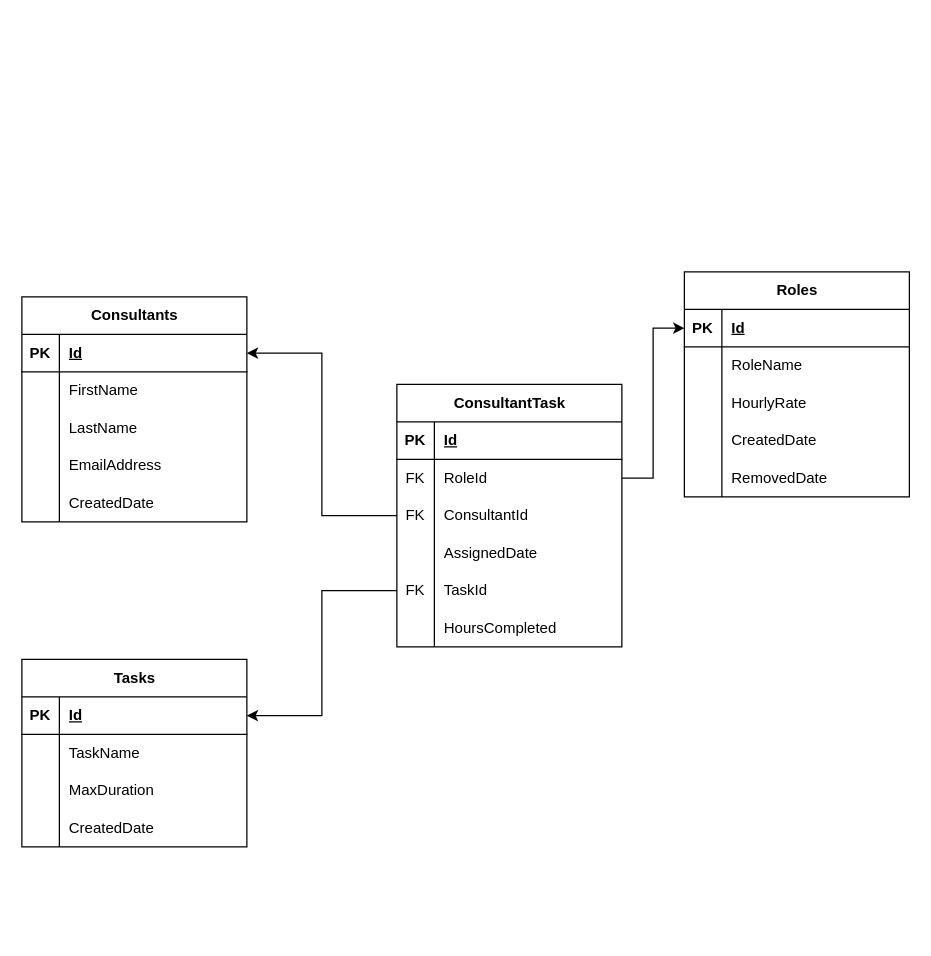
Above: src/employee-management/Documentation/Database Schema.drawio in ovayomatiwane/employee-management-system (draw.io), before the change. Source tidied: cells renumbered, new cells numbered last; positions are measured from the earlier drawing's top-left corner, leaving out a move shared by most shapes. Both pictures are drawn from the tidied source at 125%, with x=0, y=0 at pixel (21, 271).
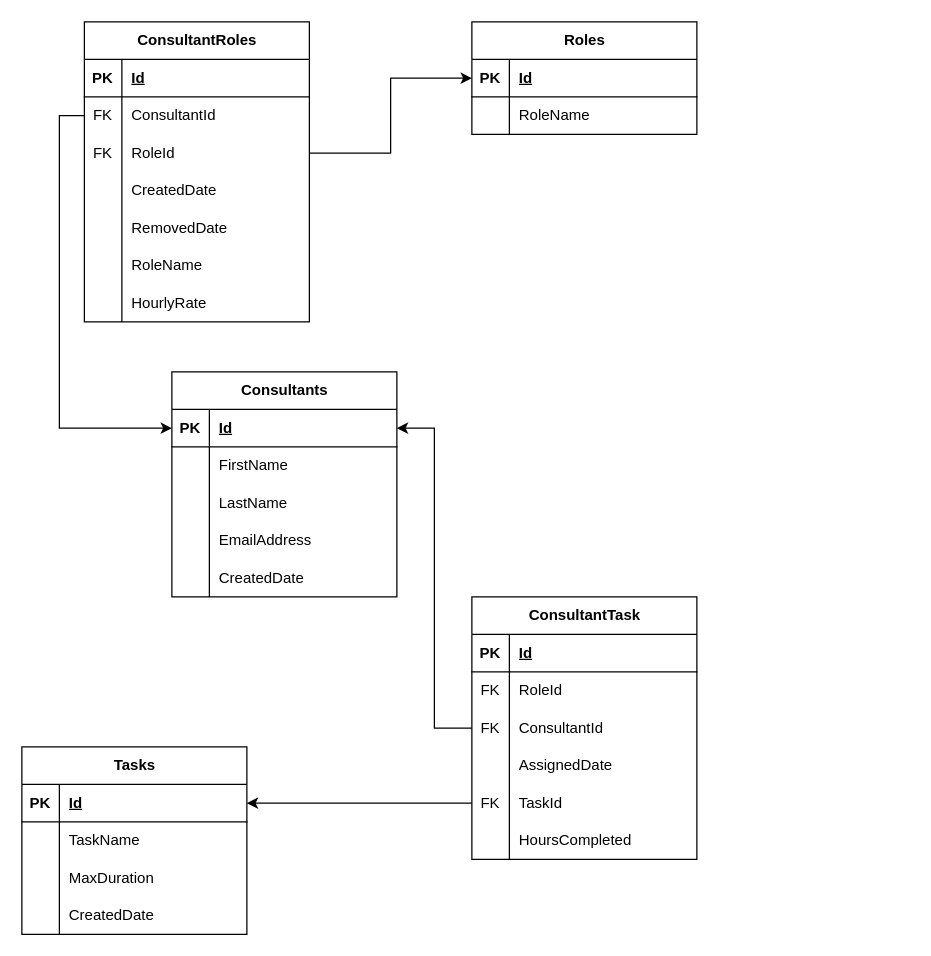
After the change.

Commit message (it also covers changes not shown here):
Update database to use dynamic rates

The change refers to these unchanged cells:
```xml
<mxCell id="3" style="shape=tableRow;horizontal=0;startSize=0;swimlaneHead=0;swimlaneBody=0;fillColor=none;points=[[0,0.5],[1,0.5]];portConstraint=eastwest;top=0;left=0;right=0;bottom=1;" parent="2" vertex="1">
  <mxGeometry y="30" width="180" height="30" as="geometry" />
</mxCell>
<mxCell id="19" style="shape=tableRow;horizontal=0;startSize=0;swimlaneHead=0;swimlaneBody=0;fillColor=none;points=[[0,0.5],[1,0.5]];portConstraint=eastwest;top=0;left=0;right=0;bottom=1;" parent="18" vertex="1">
  <mxGeometry y="30" width="180" height="30" as="geometry" />
</mxCell>
<mxCell id="38" style="shape=tableRow;horizontal=0;startSize=0;swimlaneHead=0;swimlaneBody=0;fillColor=none;points=[[0,0.5],[1,0.5]];portConstraint=eastwest;top=0;left=0;right=0;bottom=0;" parent="34" vertex="1">
  <mxGeometry y="60" width="180" height="30" as="geometry" />
</mxCell>
```

The edit, as a diff of the source:
```diff
@@
     <mxCell id="2" value="Consultants" style="shape=table;startSize=30;childLayout=tableLayout;rowLines=0;fontStyle=1;align=center;html=1;" parent="1" vertex="1">
-      <mxGeometry y="20" width="180" height="180" as="geometry" />
+      <mxGeometry x="120" y="80" width="180" height="180" as="geometry" />
     </mxCell>
@@
     <mxCell id="18" value="Roles" style="shape=table;startSize=30;childLayout=tableLayout;rowLines=0;fontStyle=1;align=center;html=1;" parent="1" vertex="1">
-      <mxGeometry x="530" width="180" height="180" as="geometry" />
+      <mxGeometry x="360" y="-200" width="180" height="90" as="geometry" />
     </mxCell>
@@
-    <mxCell id="25" style="shape=tableRow;horizontal=0;startSize=0;swimlaneHead=0;swimlaneBody=0;fillColor=none;points=[[0,0.5],[1,0.5]];portConstraint=eastwest;top=0;left=0;right=0;bottom=0;" parent="18" vertex="1">
-      <mxGeometry y="90" width="180" height="30" as="geometry" />
-    </mxCell>
-    <mxCell id="26" style="shape=partialRectangle;fillColor=none;top=0;left=0;bottom=0;right=0;overflow=hidden;whiteSpace=wrap;html=1;" parent="25" vertex="1">
-      <mxGeometry width="30" height="30" as="geometry" />
-    </mxCell>
-    <mxCell id="27" value="HourlyRate" style="shape=partialRectangle;fillColor=none;top=0;left=0;bottom=0;right=0;align=left;spacingLeft=6;overflow=hidden;whiteSpace=wrap;html=1;" parent="25" vertex="1">
-      <mxGeometry x="30" width="150" height="30" as="geometry" />
-    </mxCell>
-    <mxCell id="28" style="shape=tableRow;horizontal=0;startSize=0;swimlaneHead=0;swimlaneBody=0;fillColor=none;top=0;left=0;right=0;bottom=0;" parent="18" vertex="1">
-      <mxGeometry y="120" width="180" height="30" as="geometry" />
-    </mxCell>
-    <mxCell id="29" style="shape=partialRectangle;fillColor=none;top=0;left=0;bottom=0;right=0;overflow=hidden;whiteSpace=wrap;html=1;" parent="28" vertex="1">
-      <mxGeometry width="30" height="30" as="geometry" />
-    </mxCell>
-    <mxCell id="30" value="CreatedDate" style="shape=partialRectangle;fillColor=none;top=0;left=0;bottom=0;right=0;align=left;spacingLeft=6;overflow=hidden;whiteSpace=wrap;html=1;" parent="28" vertex="1">
-      <mxGeometry x="30" width="150" height="30" as="geometry" />
-    </mxCell>
-    <mxCell id="31" style="shape=tableRow;horizontal=0;startSize=0;swimlaneHead=0;swimlaneBody=0;fillColor=none;top=0;left=0;right=0;bottom=0;" parent="18" vertex="1">
-      <mxGeometry y="150" width="180" height="30" as="geometry" />
-    </mxCell>
-    <mxCell id="32" style="shape=partialRectangle;fillColor=none;top=0;left=0;bottom=0;right=0;overflow=hidden;whiteSpace=wrap;html=1;" parent="31" vertex="1">
-      <mxGeometry width="30" height="30" as="geometry" />
-    </mxCell>
-    <mxCell id="33" value="RemovedDate" style="shape=partialRectangle;fillColor=none;top=0;left=0;bottom=0;right=0;align=left;spacingLeft=6;overflow=hidden;whiteSpace=wrap;html=1;" parent="31" vertex="1">
-      <mxGeometry x="30" width="150" height="30" as="geometry" />
-    </mxCell>
     <mxCell id="34" value="Consultant&lt;span style=&quot;background-color: transparent; color: light-dark(rgb(0, 0, 0), rgb(255, 255, 255));&quot;&gt;Task&lt;/span&gt;" style="shape=table;startSize=30;childLayout=tableLayout;rowLines=0;fontStyle=1;align=center;html=1;" parent="1" vertex="1">
-      <mxGeometry x="300" y="90" width="180" height="210" as="geometry" />
+      <mxGeometry x="360" y="260" width="180" height="210" as="geometry" />
     </mxCell>
@@
-    <mxCell id="54" style="edgeStyle=orthogonalEdgeStyle;rounded=0;jettySize=auto;html=1;exitX=1;exitY=0.5;exitDx=0;exitDy=0;entryX=0;entryY=0.5;entryDx=0;entryDy=0;" parent="1" edge="1" source="38" target="19">
-      <mxGeometry relative="1" as="geometry">
-        <Array as="points">
-          <mxPoint x="505" y="165" />
-          <mxPoint x="505" y="45" />
-        </Array>
-      </mxGeometry>
-    </mxCell>
     <mxCell id="55" value="Tasks" style="shape=table;startSize=30;childLayout=tableLayout;rowLines=0;fontStyle=1;align=center;html=1;" parent="1" vertex="1">
-      <mxGeometry y="310" width="180" height="150" as="geometry" />
+      <mxGeometry y="380" width="180" height="150" as="geometry" />
     </mxCell>
@@
+    <mxCell id="69" value="ConsultantRoles" style="shape=table;startSize=30;childLayout=tableLayout;rowLines=0;fontStyle=1;align=center;html=1;" parent="1" vertex="1">
+      <mxGeometry x="50" y="-200" width="180" height="240" as="geometry" />
+    </mxCell>
+    <mxCell id="70" style="shape=tableRow;horizontal=0;startSize=0;swimlaneHead=0;swimlaneBody=0;fillColor=none;top=0;left=0;right=0;bottom=1;" parent="69" vertex="1">
+      <mxGeometry y="30" width="180" height="30" as="geometry" />
+    </mxCell>
+    <mxCell id="71" value="PK" style="shape=partialRectangle;fillColor=none;top=0;left=0;bottom=0;right=0;fontStyle=1;overflow=hidden;whiteSpace=wrap;html=1;" parent="70" vertex="1">
+      <mxGeometry width="30" height="30" as="geometry" />
+    </mxCell>
+    <mxCell id="72" value="Id" style="shape=partialRectangle;fillColor=none;top=0;left=0;bottom=0;right=0;align=left;spacingLeft=6;fontStyle=5;overflow=hidden;whiteSpace=wrap;html=1;" parent="70" vertex="1">
+      <mxGeometry x="30" width="150" height="30" as="geometry" />
+    </mxCell>
+    <mxCell id="73" style="shape=tableRow;horizontal=0;startSize=0;swimlaneHead=0;swimlaneBody=0;fillColor=none;points=[[0,0.5],[1,0.5]];portConstraint=eastwest;top=0;left=0;right=0;bottom=0;" parent="69" vertex="1">
+      <mxGeometry y="60" width="180" height="30" as="geometry" />
+    </mxCell>
+    <mxCell id="74" value="FK" style="shape=partialRectangle;fillColor=none;top=0;left=0;bottom=0;right=0;overflow=hidden;whiteSpace=wrap;html=1;" parent="73" vertex="1">
+      <mxGeometry width="30" height="30" as="geometry" />
+    </mxCell>
+    <mxCell id="75" value="ConsultantId" style="shape=partialRectangle;fillColor=none;top=0;left=0;bottom=0;right=0;align=left;spacingLeft=6;overflow=hidden;whiteSpace=wrap;html=1;" parent="73" vertex="1">
+      <mxGeometry x="30" width="150" height="30" as="geometry" />
+    </mxCell>
+    <mxCell id="25" style="shape=tableRow;horizontal=0;startSize=0;swimlaneHead=0;swimlaneBody=0;fillColor=none;points=[[0,0.5],[1,0.5]];portConstraint=eastwest;top=0;left=0;right=0;bottom=0;" parent="69" vertex="1">
+      <mxGeometry y="90" width="180" height="30" as="geometry" />
+    </mxCell>
+    <mxCell id="76" value="FK" style="shape=partialRectangle;fillColor=none;top=0;left=0;bottom=0;right=0;overflow=hidden;whiteSpace=wrap;html=1;" parent="25" vertex="1">
+      <mxGeometry width="30" height="30" as="geometry" />
+    </mxCell>
+    <mxCell id="77" value="RoleId" style="shape=partialRectangle;fillColor=none;top=0;left=0;bottom=0;right=0;align=left;spacingLeft=6;overflow=hidden;whiteSpace=wrap;html=1;" parent="25" vertex="1">
+      <mxGeometry x="30" width="150" height="30" as="geometry" />
+    </mxCell>
+    <mxCell id="28" style="shape=tableRow;horizontal=0;startSize=0;swimlaneHead=0;swimlaneBody=0;fillColor=none;top=0;left=0;right=0;bottom=0;" parent="69" vertex="1">
+      <mxGeometry y="120" width="180" height="30" as="geometry" />
+    </mxCell>
+    <mxCell id="78" style="shape=partialRectangle;fillColor=none;top=0;left=0;bottom=0;right=0;overflow=hidden;whiteSpace=wrap;html=1;" parent="28" vertex="1">
+      <mxGeometry width="30" height="30" as="geometry" />
+    </mxCell>
+    <mxCell id="30" value="CreatedDate" style="shape=partialRectangle;fillColor=none;top=0;left=0;bottom=0;right=0;align=left;spacingLeft=6;overflow=hidden;whiteSpace=wrap;html=1;" parent="28" vertex="1">
+      <mxGeometry x="30" width="150" height="30" as="geometry" />
+    </mxCell>
+    <mxCell id="31" style="shape=tableRow;horizontal=0;startSize=0;swimlaneHead=0;swimlaneBody=0;fillColor=none;top=0;left=0;right=0;bottom=0;" parent="69" vertex="1">
+      <mxGeometry y="150" width="180" height="30" as="geometry" />
+    </mxCell>
+    <mxCell id="79" style="shape=partialRectangle;fillColor=none;top=0;left=0;bottom=0;right=0;overflow=hidden;whiteSpace=wrap;html=1;" parent="31" vertex="1">
+      <mxGeometry width="30" height="30" as="geometry" />
+    </mxCell>
+    <mxCell id="33" value="RemovedDate" style="shape=partialRectangle;fillColor=none;top=0;left=0;bottom=0;right=0;align=left;spacingLeft=6;overflow=hidden;whiteSpace=wrap;html=1;" parent="31" vertex="1">
+      <mxGeometry x="30" width="150" height="30" as="geometry" />
+    </mxCell>
+    <mxCell id="80" style="shape=tableRow;horizontal=0;startSize=0;swimlaneHead=0;swimlaneBody=0;fillColor=none;top=0;left=0;right=0;bottom=0;" parent="69" vertex="1">
+      <mxGeometry y="180" width="180" height="30" as="geometry" />
+    </mxCell>
+    <mxCell id="81" style="shape=partialRectangle;fillColor=none;top=0;left=0;bottom=0;right=0;overflow=hidden;whiteSpace=wrap;html=1;" parent="80" vertex="1">
+      <mxGeometry width="30" height="30" as="geometry" />
+    </mxCell>
+    <mxCell id="82" value="RoleName" style="shape=partialRectangle;fillColor=none;top=0;left=0;bottom=0;right=0;align=left;spacingLeft=6;overflow=hidden;whiteSpace=wrap;html=1;" parent="80" vertex="1">
+      <mxGeometry x="30" width="150" height="30" as="geometry" />
+    </mxCell>
+    <mxCell id="83" style="shape=tableRow;horizontal=0;startSize=0;swimlaneHead=0;swimlaneBody=0;fillColor=none;top=0;left=0;right=0;bottom=0;" parent="69" vertex="1">
+      <mxGeometry y="210" width="180" height="30" as="geometry" />
+    </mxCell>
+    <mxCell id="84" style="shape=partialRectangle;fillColor=none;top=0;left=0;bottom=0;right=0;overflow=hidden;whiteSpace=wrap;html=1;" parent="83" vertex="1">
+      <mxGeometry width="30" height="30" as="geometry" />
+    </mxCell>
+    <mxCell id="27" value="HourlyRate" style="shape=partialRectangle;fillColor=none;top=0;left=0;bottom=0;right=0;align=left;spacingLeft=6;overflow=hidden;whiteSpace=wrap;html=1;" parent="83" vertex="1">
+      <mxGeometry x="30" width="150" height="30" as="geometry" />
+    </mxCell>
+    <mxCell id="85" style="edgeStyle=orthogonalEdgeStyle;rounded=0;jettySize=auto;html=1;exitX=0;exitY=0.5;exitDx=0;exitDy=0;entryX=0;entryY=0.5;entryDx=0;entryDy=0;" parent="1" edge="1" source="73" target="3">
+      <mxGeometry relative="1" as="geometry" />
+    </mxCell>
+    <mxCell id="86" style="edgeStyle=orthogonalEdgeStyle;rounded=0;jettySize=auto;html=1;exitX=1;exitY=0.5;exitDx=0;exitDy=0;entryX=0;entryY=0.5;entryDx=0;entryDy=0;" parent="1" edge="1" source="25" target="19">
+      <mxGeometry relative="1" as="geometry" />
+    </mxCell>
```
